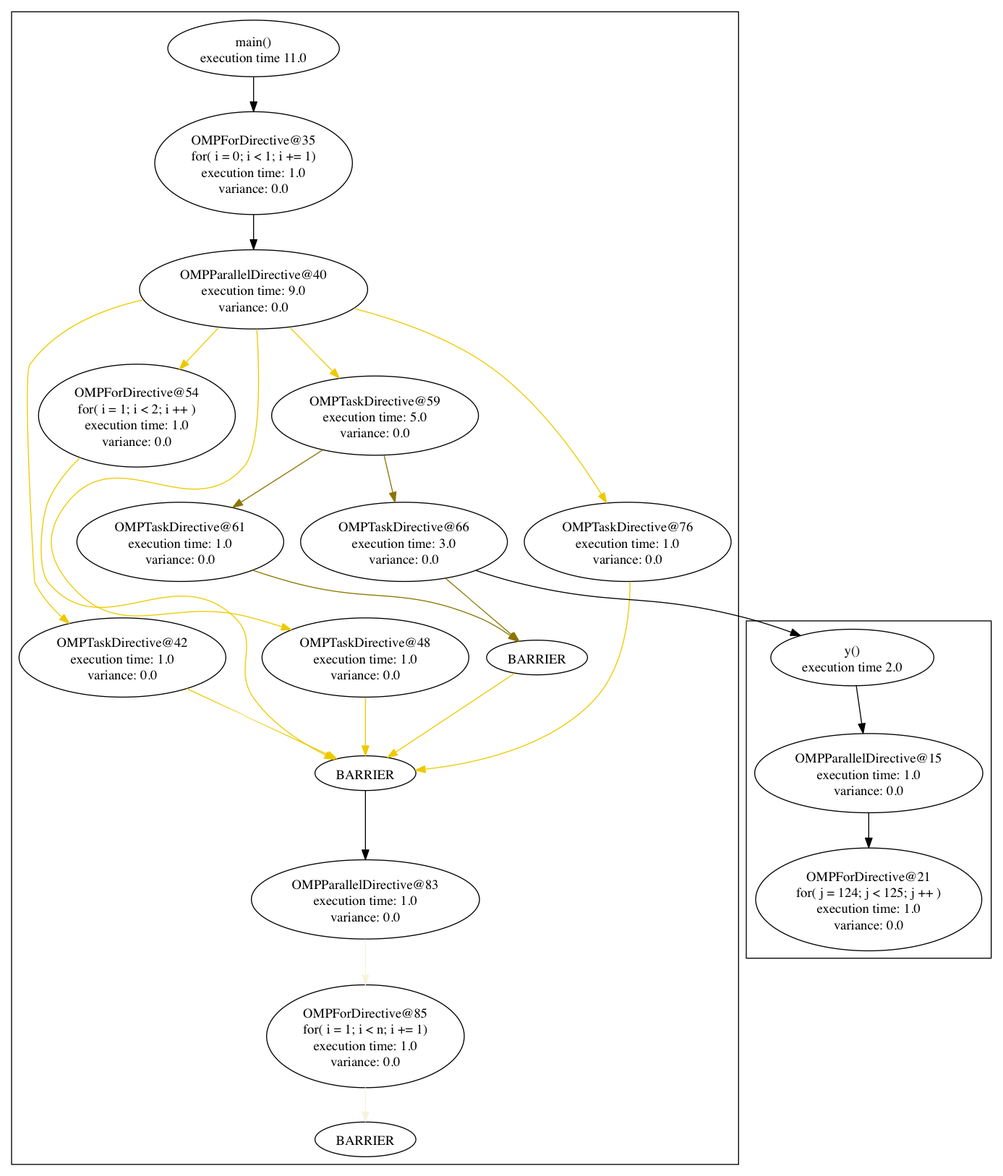
filippobrizzi/soma keeps this Graphviz diagram as graph_sched/graphs/function_graphs.png. Above is the earlier version. Its source is kept beside it as graph_sched/graphs/function_graphs.dot.
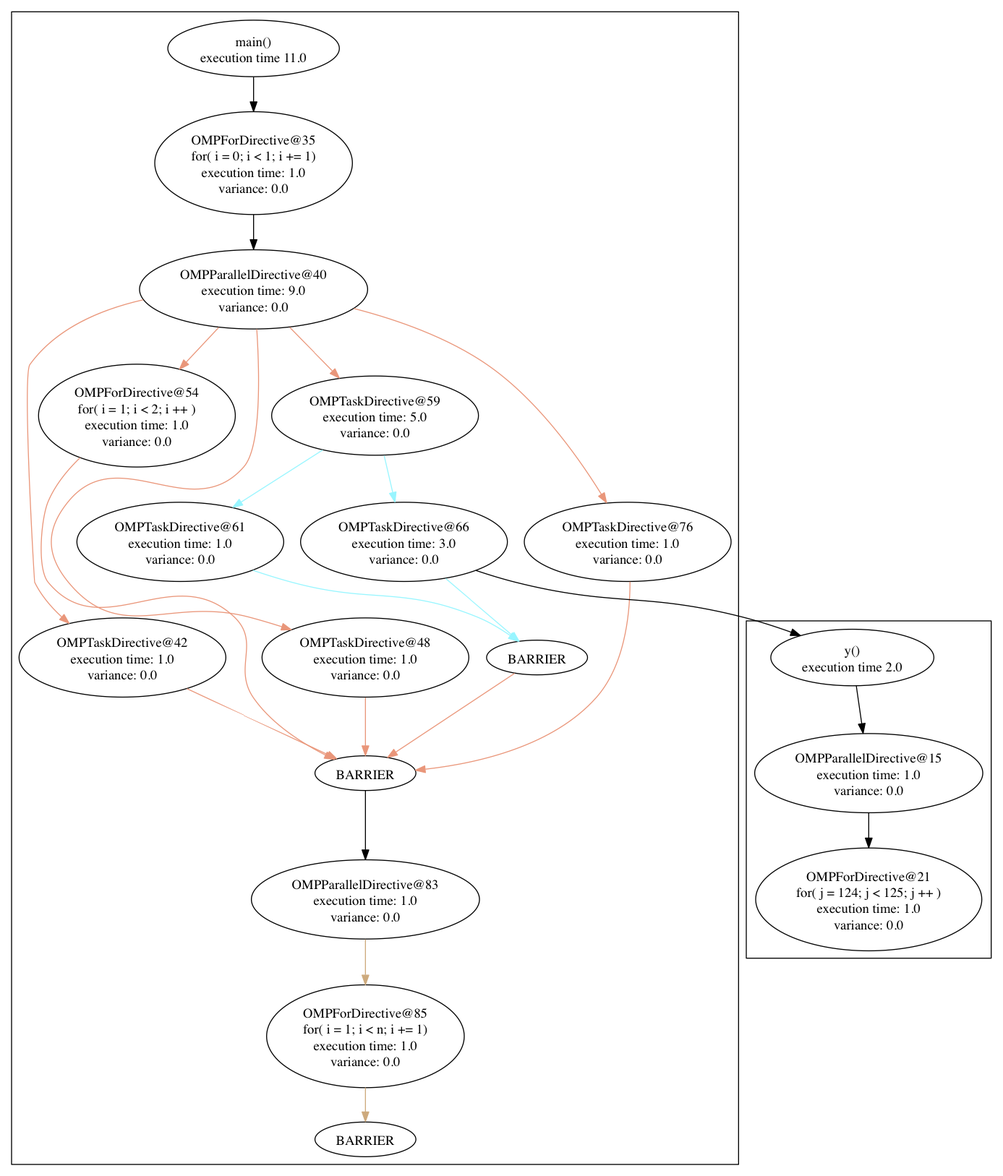
Above is the later version.

Diff of the diagram source:
```diff
@@ -35,14 +35,14 @@
 			pos="183,654",
 			root=28,
 			width=2.9745];
-		59 -> 61		 [color=gold4,
+		59 -> 61		 [color=blanchedalmond,
 			pos="e,237.5,689.8 330.6,749.26 304.56,732.63 273.22,712.61 246.13,695.32"];
 		66		 [height=1.1471,
 			label="OMPTaskDirective@66\nexecution time: 3.0\nvariance: 0.0",
 			pos="415,654",
 			root=28,
 			width=2.9745];
-		59 -> 66		 [color=gold4,
+		59 -> 66		 [color=blanchedalmond,
 			pos="e,405.62,695.32 394.41,743.54 397.23,731.41 400.36,717.96 403.31,705.28"];
 		48		 [height=1.1471,
 			label="OMPTaskDirective@48\nexecution time: 1.0\nvariance: 0.0",
@@ -54,21 +54,21 @@
 			pos="375,414",
 			root=28,
 			width=1.4568];
-		48 -> "40_end"		 [color=gold2,
+		48 -> "40_end"		 [color=deepskyblue3,
 			pos="e,375,432.29 375,492.39 375,475.87 375,457.21 375,442.35"];
 		76		 [height=1.1471,
 			label="OMPTaskDirective@76\nexecution time: 1.0\nvariance: 0.0",
 			pos="647,654",
 			root=28,
 			width=2.9745];
-		76 -> "40_end"		 [color=gold2,
+		76 -> "40_end"		 [color=deepskyblue3,
 			pos="e,426.93,417.06 649.42,612.62 649.35,576.67 643.42,524.83 614,492 569.18,441.98 491.74,424.28 437.18,418.11"];
 		"59_end"		 [height=0.5,
 			label=BARRIER,
 			pos="553,534",
 			root=28,
 			width=1.4568];
-		"59_end" -> "40_end"		 [color=gold2,
+		"59_end" -> "40_end"		 [color=deepskyblue3,
 			pos="e,397.99,430.24 529.73,517.57 498.19,496.67 441.78,459.27 406.49,435.87"];
 		28		 [height=0.8171,
 			label="main()\nexecution time 11.0",
@@ -86,21 +86,21 @@
 			pos="123,534",
 			root=28,
 			width=2.9745];
-		42 -> "40_end"		 [color=gold2,
+		42 -> "40_end"		 [color=deepskyblue3,
 			pos="e,345.15,428.98 189.87,501.69 236.38,479.91 296.79,451.62 335.73,433.39"];
 		40		 [height=1.1471,
 			label="OMPParallelDirective@40\nexecution time: 9.0\nvariance: 0.0",
 			pos="259,916",
 			root=28,
 			width=3.2896];
-		40 -> 59		 [color=gold2,
+		40 -> 59		 [color=deepskyblue3,
 			pos="e,347.9,823.98 296.46,876.65 310.3,862.48 326.12,846.29 340.52,831.54"];
-		40 -> 48		 [color=gold2,
+		40 -> 48		 [color=deepskyblue3,
 			pos="e,298.02,562.83 262.32,874.67 265.31,827.29 266.84,752.54 249,732 194.94,669.74 119.34,759.71 67,696 43.301,667.15 43.227,640.79 \
 67,612 120.89,546.74 172.17,597.63 254,576 265.22,573.03 276.92,569.56 288.42,565.93"];
-		40 -> 76		 [color=gold2,
+		40 -> 76		 [color=deepskyblue3,
 			pos="e,625.03,694.66 363.05,896.12 408.23,884.47 460.05,866.18 501,838 552.11,802.83 594.17,744.54 619.81,703.2"];
-		40 -> 42		 [color=gold2,
+		40 -> 42		 [color=deepskyblue3,
 			pos="e,67.684,569.43 144.44,905.16 100.36,895.13 54.134,875.59 27,838 18.974,826.88 31.534,612.95 32,612 38.578,598.56 48.701,586.57 \
 59.841,576.28"];
 		54		 [height=1.4771,
@@ -108,15 +108,15 @@
 			pos="138,785",
 			root=28,
 			width=2.8384];
-		40 -> 54		 [color=gold2,
+		40 -> 54		 [color=deepskyblue3,
 			pos="e,182.19,833.11 223.02,876.65 212.41,865.33 200.58,852.72 189.2,840.59"];
-		61 -> "59_end"		 [color=gold4,
+		61 -> "59_end"		 [color=blanchedalmond,
 			pos="e,533.48,550.85 258.28,624.5 271.73,619.95 285.7,615.58 299,612 382.85,589.47 410.53,608.59 491,576 502.96,571.16 515.04,563.84 \
 525.31,556.72"];
 		35 -> 40		 [pos="e,259,957.55 259,993.53 259,985 259,976.18 259,967.69"];
-		66 -> "59_end"		 [color=gold4,
+		66 -> "59_end"		 [color=blanchedalmond,
 			pos="e,534.43,550.88 458.29,615.99 480.69,596.83 507.33,574.05 526.63,557.54"];
-		54 -> "40_end"		 [color=gold2,
+		54 -> "40_end"		 [color=deepskyblue3,
 			pos="e,342.74,428.25 79.095,741.33 65.708,728.42 53.295,713.07 46,696 38.665,678.83 34.072,626.36 46,612 101.76,544.88 175.8,636.16 239,\
 576 266.8,549.54 237.04,523.47 259,492 277.54,465.43 308.47,445.57 333.73,432.69"];
 		83		 [height=1.1471,
@@ -129,7 +129,7 @@
 			pos="375,141",
 			root=28,
 			width=2.8425];
-		83 -> 85		 [color=beige,
+		83 -> 85		 [color=dodgerblue2,
 			pos="e,375,194.41 375,241.51 375,230.02 375,217.24 375,204.77"];
 		"83_end"		 [height=0.5,
 			label=BARRIER,
@@ -137,7 +137,7 @@
 			root=28,
 			width=1.4568];
 		"40_end" -> 83		 [pos="e,375,324.31 375,395.87 375,380.19 375,356.19 375,334.43"];
-		85 -> "83_end"		 [color=beige,
+		85 -> "83_end"		 [color=dodgerblue2,
 			pos="e,375,52.46 375,87.808 375,79.132 375,70.445 375,62.694"];
 	}
 	66 -> 9	 [pos="e,826.16,556.78 489.56,624.34 503.21,619.75 517.43,615.41 531,612 633.48,586.28 663.59,602 766,576 782.7,571.76 800.39,566.04 816.72,\
```
